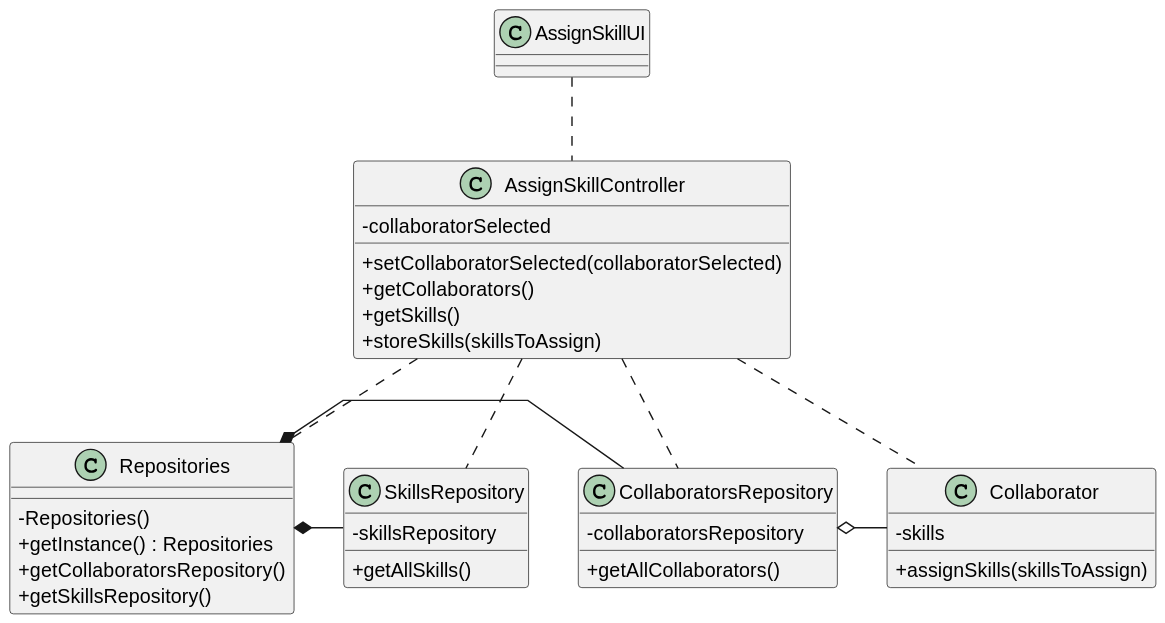
The PlantUML diagram docs/sprint2/us004/03.design/svg/us004-class-diagram.svg in 1231360-ISEP/lei-24-s2-1db-g021, before a commit.
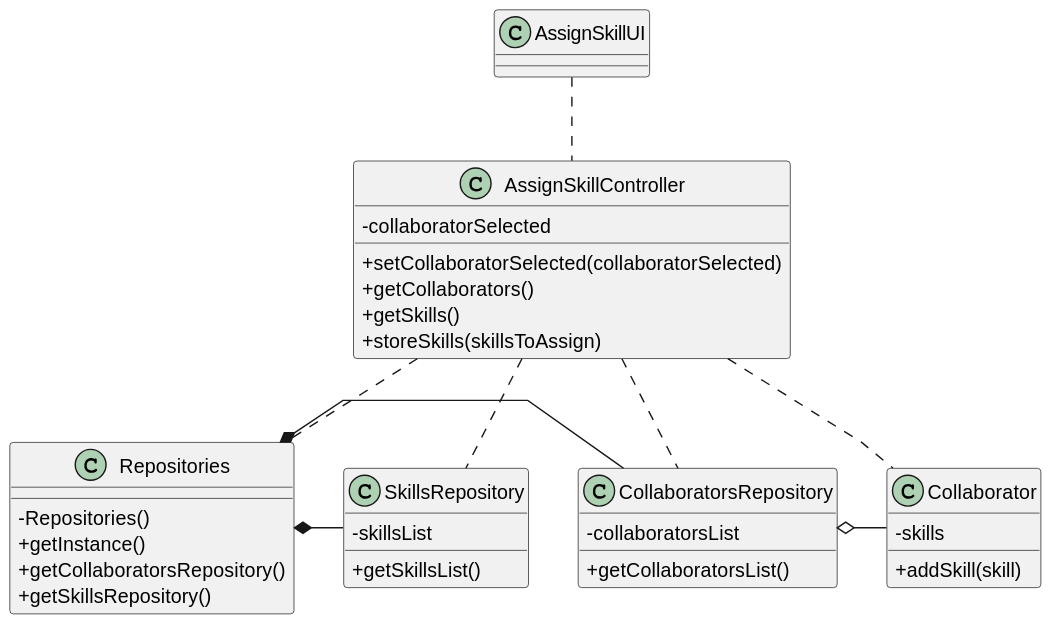
Above is the later version.

Commit message:
US004 & Us008 - updating Sequence & Class Diagrams and their svg.

Diff of the diagram source:
```diff
@@ -8,22 +8,22 @@
 
 class Collaborator {
     -skills
-    +assignSkills(skillsToAssign)
+    +addSkill(skill)
 }
 
 class SkillsRepository {
-    - skillsRepository
-    + getAllSkills()
+    - skillsList
+    + getSkillsList()
 }
 
 class CollaboratorsRepository {
-    - collaboratorsRepository
-    + getAllCollaborators()
+    - collaboratorsList
+    + getCollaboratorsList()
 }
 
 class Repositories {
     - Repositories()
-    + getInstance() : Repositories
+    + getInstance()
     + getCollaboratorsRepository()
     + getSkillsRepository()
 }
```
